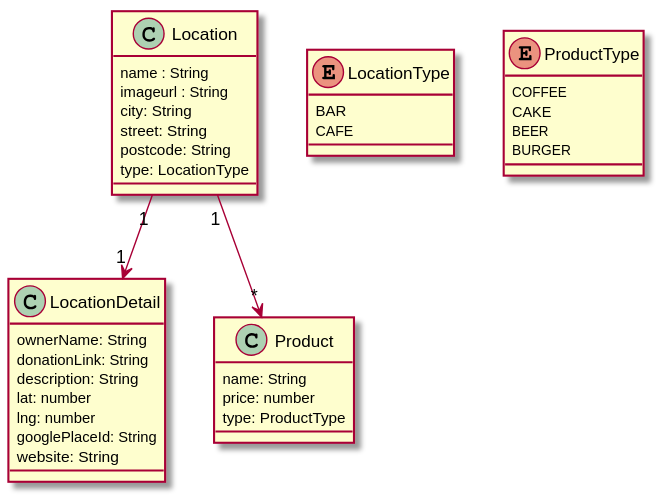
This is doc/model.svg from VirtualCoffee/lokalrunde, a PlantUML export, as it was before one commit.
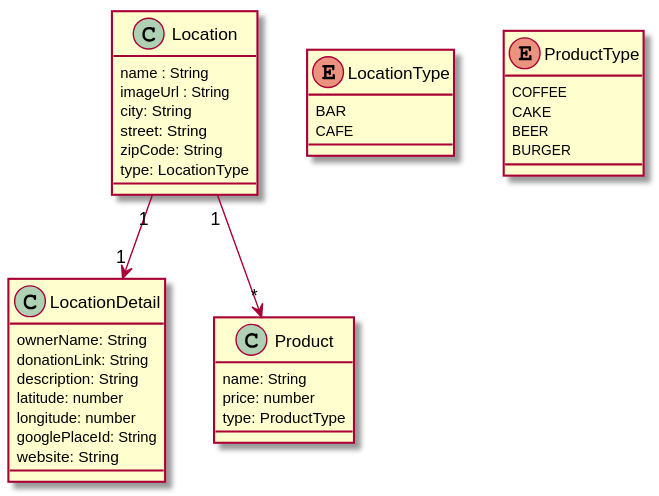
After the commit.

Commit message:
generate new SVG for UML model

What changed in the source:
```diff
@@ -5,10 +5,10 @@
 
 class Location {
     name : String
-    imageurl : String
+    imageUrl : String
     city: String
     street: String
-    postcode: String
+    zipCode: String
     type: LocationType
 }
 
@@ -22,8 +22,8 @@
     ownerName: String
     donationLink: String
     description: String
-    lat: number
-    lng: number
+    latitude: number
+    longitude: number
     googlePlaceId: String
     website: String
 }
```
